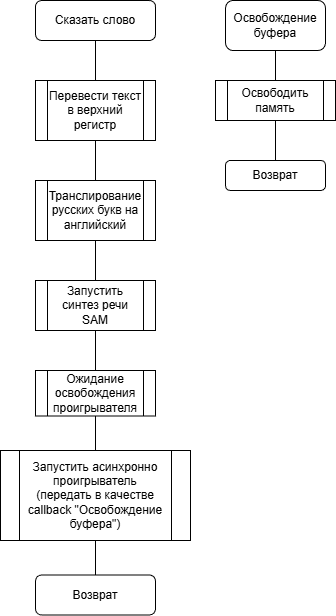
Earlier version of the draw.io export cource-papers/mps/рпз/материалы/mps-Схема алгоритмов Сказать.drawio.png (vzalygin/bmstu-ics6). Source tidied: cells renumbered, new cells last; positions are measured from the earlier drawing's top-left corner, leaving out a move shared by most shapes.
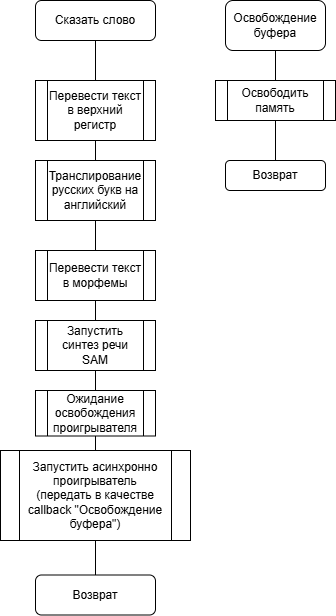
Above is the later version.

Change to the diagram source:
```diff
@@ -17,23 +17,23 @@
     <mxCell id="6" value="Перевести текст в верхний регистр" style="shape=process;whiteSpace=wrap;html=1;backgroundOutline=1;" parent="1" vertex="1">
       <mxGeometry x="35" y="80" width="120" height="60" as="geometry" />
     </mxCell>
-    <mxCell id="7" style="edgeStyle=orthogonalEdgeStyle;rounded=0;jettySize=auto;html=1;entryX=0.5;entryY=0;entryDx=0;entryDy=0;endArrow=none;endFill=0;" parent="1" edge="1" source="8" target="10">
-      <mxGeometry relative="1" as="geometry" />
-    </mxCell>
+    <mxCell id="20" style="edgeStyle=orthogonalEdgeStyle;rounded=0;jettySize=auto;html=1;entryX=0.5;entryY=0;entryDx=0;entryDy=0;endArrow=none;endFill=0;" parent="1" edge="1" source="8" target="22">
+      <mxGeometry relative="1" as="geometry" />
+    </mxCell>
     <mxCell id="8" value="Транслирование русских букв на английский" style="shape=process;whiteSpace=wrap;html=1;backgroundOutline=1;" parent="1" vertex="1">
-      <mxGeometry x="35" y="180" width="120" height="60" as="geometry" />
+      <mxGeometry x="35" y="160" width="120" height="60" as="geometry" />
     </mxCell>
     <mxCell id="9" style="edgeStyle=orthogonalEdgeStyle;rounded=0;jettySize=auto;html=1;entryX=0.5;entryY=0;entryDx=0;entryDy=0;endArrow=none;endFill=0;" parent="1" edge="1" source="10" target="12">
       <mxGeometry relative="1" as="geometry" />
     </mxCell>
     <mxCell id="10" value="Запустить синтез речи SAM" style="shape=process;whiteSpace=wrap;html=1;backgroundOutline=1;" parent="1" vertex="1">
-      <mxGeometry x="35" y="280" width="120" height="50" as="geometry" />
+      <mxGeometry x="35" y="320" width="120" height="50" as="geometry" />
     </mxCell>
     <mxCell id="11" style="edgeStyle=orthogonalEdgeStyle;rounded=0;jettySize=auto;html=1;entryX=0.5;entryY=0;entryDx=0;entryDy=0;endArrow=none;endFill=0;" parent="1" edge="1" source="12" target="14">
       <mxGeometry relative="1" as="geometry" />
     </mxCell>
     <mxCell id="12" value="Ожидание освобождения проигрывателя" style="shape=process;whiteSpace=wrap;html=1;backgroundOutline=1;" parent="1" vertex="1">
-      <mxGeometry x="35" y="370" width="120" height="45.5" as="geometry" />
+      <mxGeometry x="35" y="390" width="120" height="45.5" as="geometry" />
     </mxCell>
     <mxCell id="13" style="edgeStyle=orthogonalEdgeStyle;rounded=0;jettySize=auto;html=1;endArrow=none;endFill=0;" parent="1" edge="1" target="4">
       <mxGeometry relative="1" as="geometry">
@@ -58,5 +58,11 @@
     <mxCell id="19" value="Возврат" style="rounded=1;whiteSpace=wrap;html=1;" parent="1" vertex="1">
       <mxGeometry x="225" y="160" width="100" height="30" as="geometry" />
     </mxCell>
+    <mxCell id="21" style="edgeStyle=orthogonalEdgeStyle;rounded=0;jettySize=auto;html=1;entryX=0.5;entryY=0;entryDx=0;entryDy=0;endArrow=none;endFill=0;" parent="1" edge="1" source="22" target="10">
+      <mxGeometry relative="1" as="geometry" />
+    </mxCell>
+    <mxCell id="22" value="Перевести текст в морфемы" style="shape=process;whiteSpace=wrap;html=1;backgroundOutline=1;" parent="1" vertex="1">
+      <mxGeometry x="35" y="250" width="120" height="50" as="geometry" />
+    </mxCell>
   </root>
 </mxGraphModel>
```
